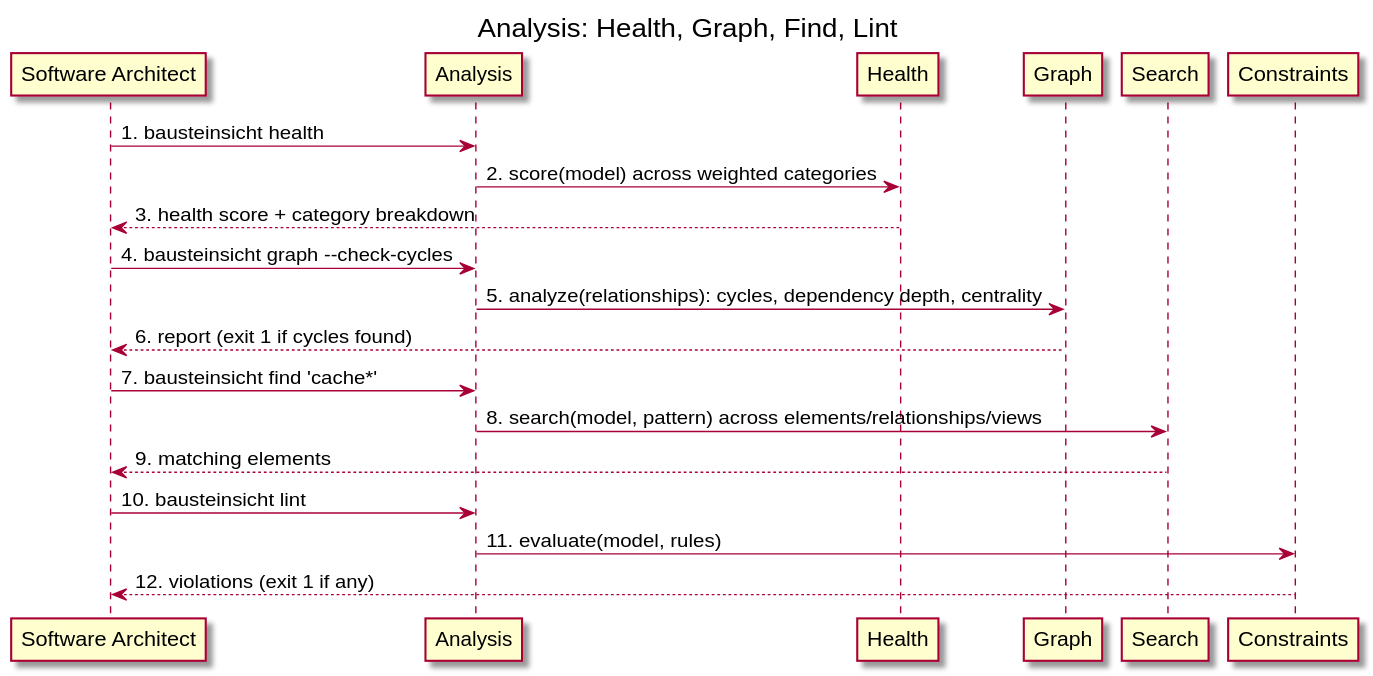
This is src/docs/images/arc42/architecture-sequence-analysis-suite.svg from docToolchain/Bausteinsicht, a PlantUML export, as it was before one commit.
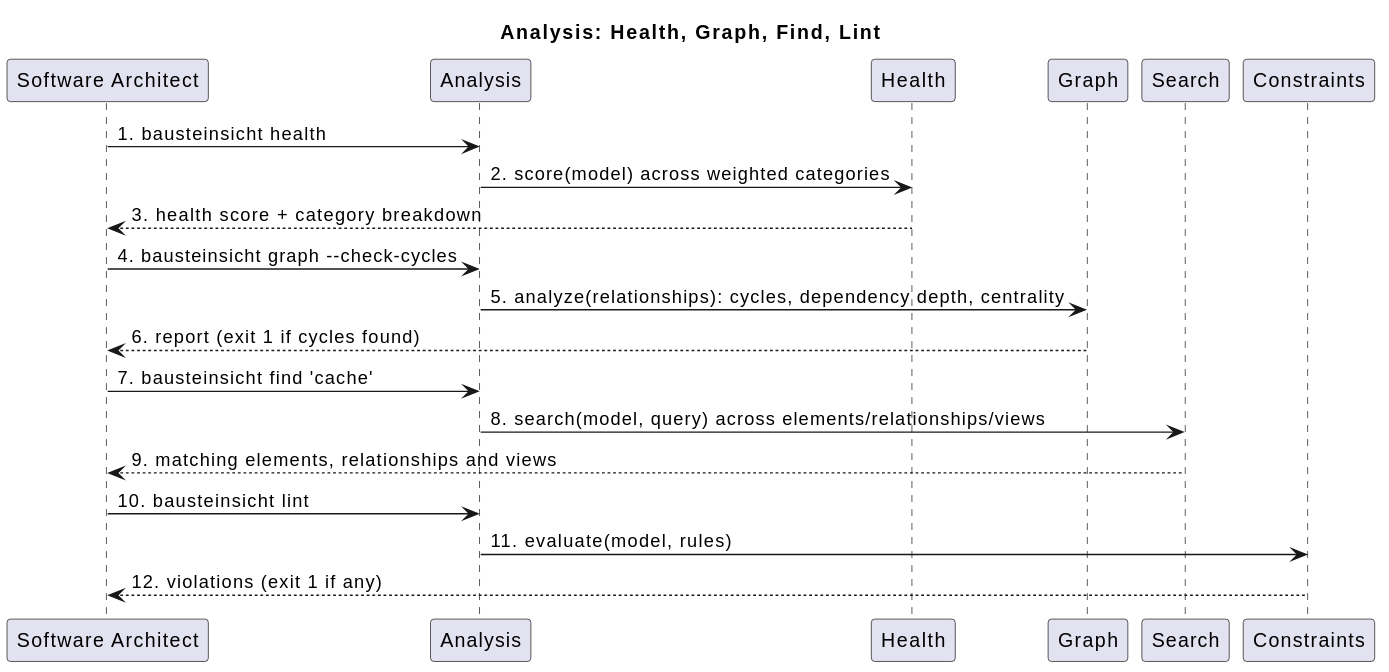
The same diagram one commit later.

The edit, as a diff of the source:
```diff
@@ -1,4 +1,4 @@
-@startuml analysis_suite
+@startuml
 title Analysis: Health, Graph, Find, Lint
 
 participant "Software Architect" as architect
@@ -14,11 +14,10 @@
 architect -> bausteinsicht_cli_analysis : 4. bausteinsicht graph ‑‑check-cycles
 bausteinsicht_cli_analysis -> bausteinsicht_graph : 5. analyze(relationships): cycles, dependency depth, centrality
 bausteinsicht_graph --> architect : 6. report (exit 1 if cycles found)
-architect -> bausteinsicht_cli_analysis : 7. bausteinsicht find 'cache*'
-bausteinsicht_cli_analysis -> bausteinsicht_search : 8. search(model, pattern) across elements/relationships/views
-bausteinsicht_search --> architect : 9. matching elements
+architect -> bausteinsicht_cli_analysis : 7. bausteinsicht find 'cache'
+bausteinsicht_cli_analysis -> bausteinsicht_search : 8. search(model, query) across elements/relationships/views
+bausteinsicht_search --> architect : 9. matching elements, relationships and views
 architect -> bausteinsicht_cli_analysis : 10. bausteinsicht lint
 bausteinsicht_cli_analysis -> bausteinsicht_constraints : 11. evaluate(model, rules)
 bausteinsicht_constraints --> architect : 12. violations (exit 1 if any)
-
 @enduml
```
